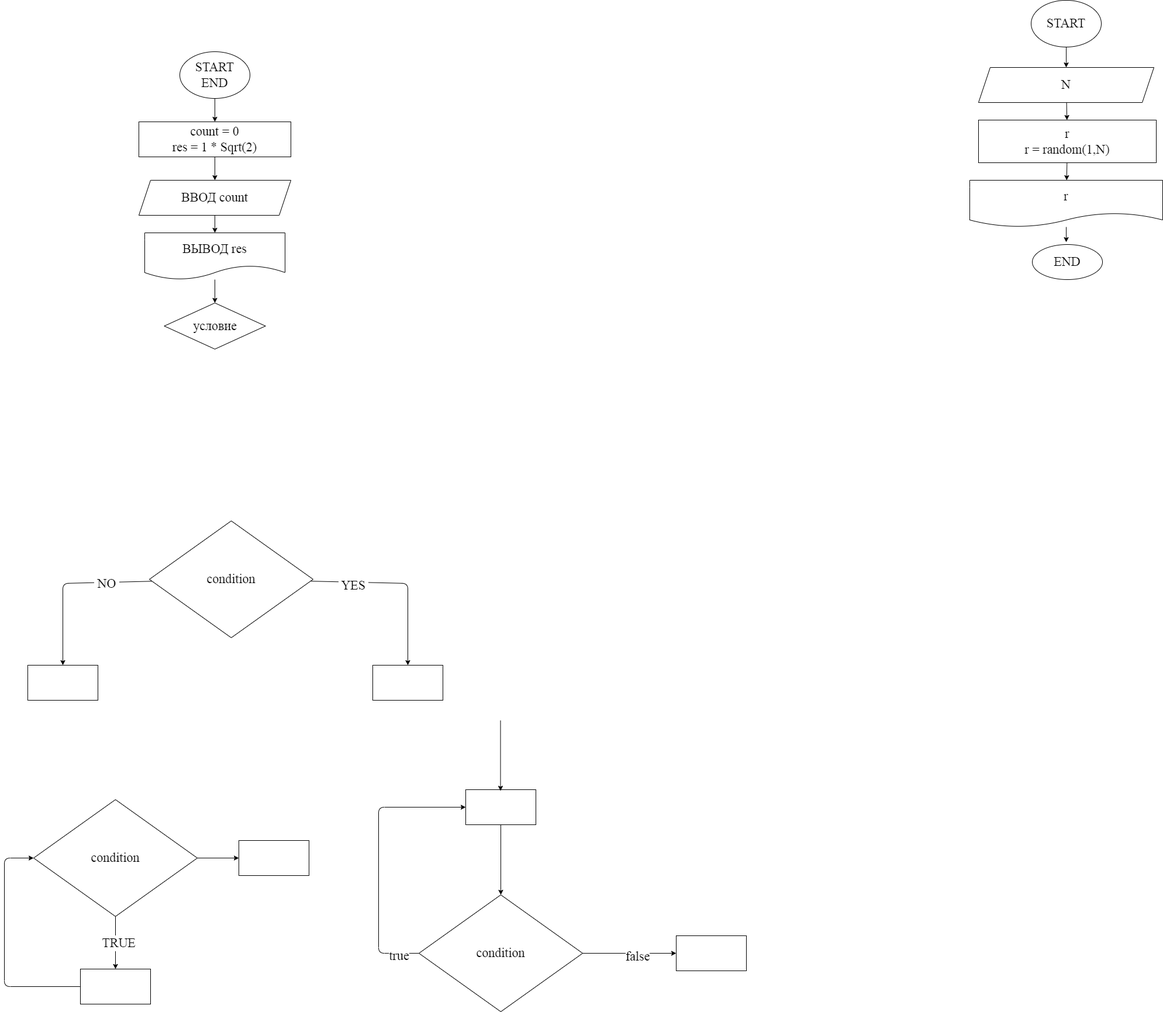
Earlier version of the draw.io export ex001.drawio.png (Devana728/practice-temp). Source tidied: cells renumbered, new cells last; positions are measured from the earlier drawing's top-left corner, leaving out a move shared by most shapes.
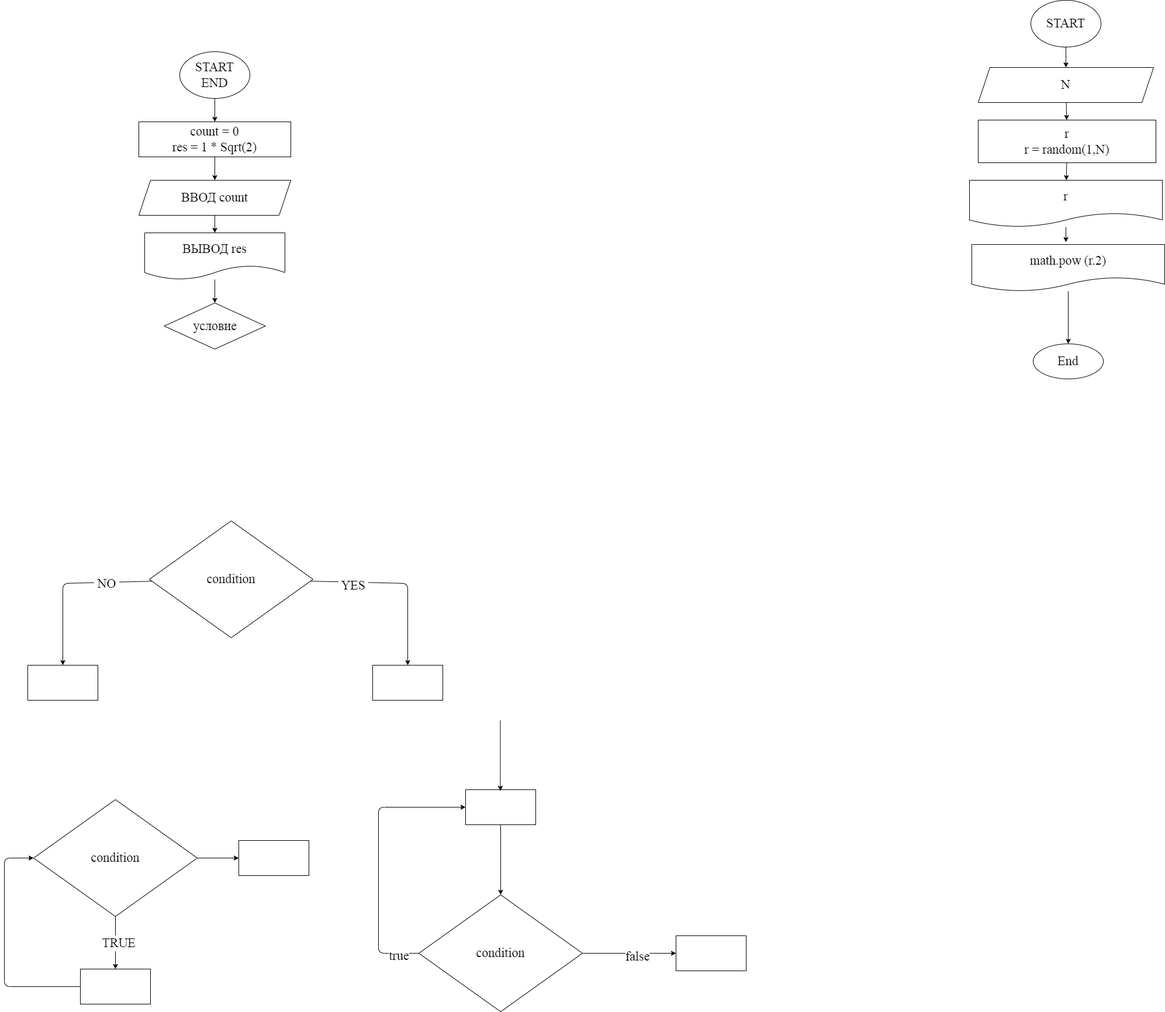
Later version of the same file.

Commit message:
квадрат числа

Change to the diagram source:
```diff
@@ -142,11 +142,17 @@
     <mxCell id="40" value="r" style="shape=document;whiteSpace=wrap;html=1;boundedLbl=1;fontSize=22;fontFamily=Fira Code;" parent="1" vertex="1">
       <mxGeometry x="1651" y="308" width="330" height="80" as="geometry" />
     </mxCell>
-    <mxCell id="41" value="END" style="ellipse;whiteSpace=wrap;html=1;fontSize=22;fontFamily=Fira Code;" parent="1" vertex="1">
-      <mxGeometry x="1758" y="418" width="120" height="60" as="geometry" />
-    </mxCell>
     <mxCell id="42" value="условие" style="rhombus;whiteSpace=wrap;html=1;fontSize=22;fontFamily=Fira Code;" parent="1" vertex="1">
       <mxGeometry x="273.5" y="518" width="173" height="79" as="geometry" />
     </mxCell>
+    <mxCell id="43" style="edgeStyle=none;html=1;" parent="1" edge="1" source="44" target="45">
+      <mxGeometry relative="1" as="geometry" />
+    </mxCell>
+    <mxCell id="44" value="math.pow (r.2)" style="shape=document;whiteSpace=wrap;html=1;boundedLbl=1;fontSize=22;fontFamily=Fira Code;" parent="1" vertex="1">
+      <mxGeometry x="1655" y="418" width="330" height="80" as="geometry" />
+    </mxCell>
+    <mxCell id="45" value="End" style="ellipse;whiteSpace=wrap;html=1;fontSize=22;fontFamily=Fira Code;" parent="1" vertex="1">
+      <mxGeometry x="1760" y="588" width="120" height="60" as="geometry" />
+    </mxCell>
   </root>
 </mxGraphModel>
```
